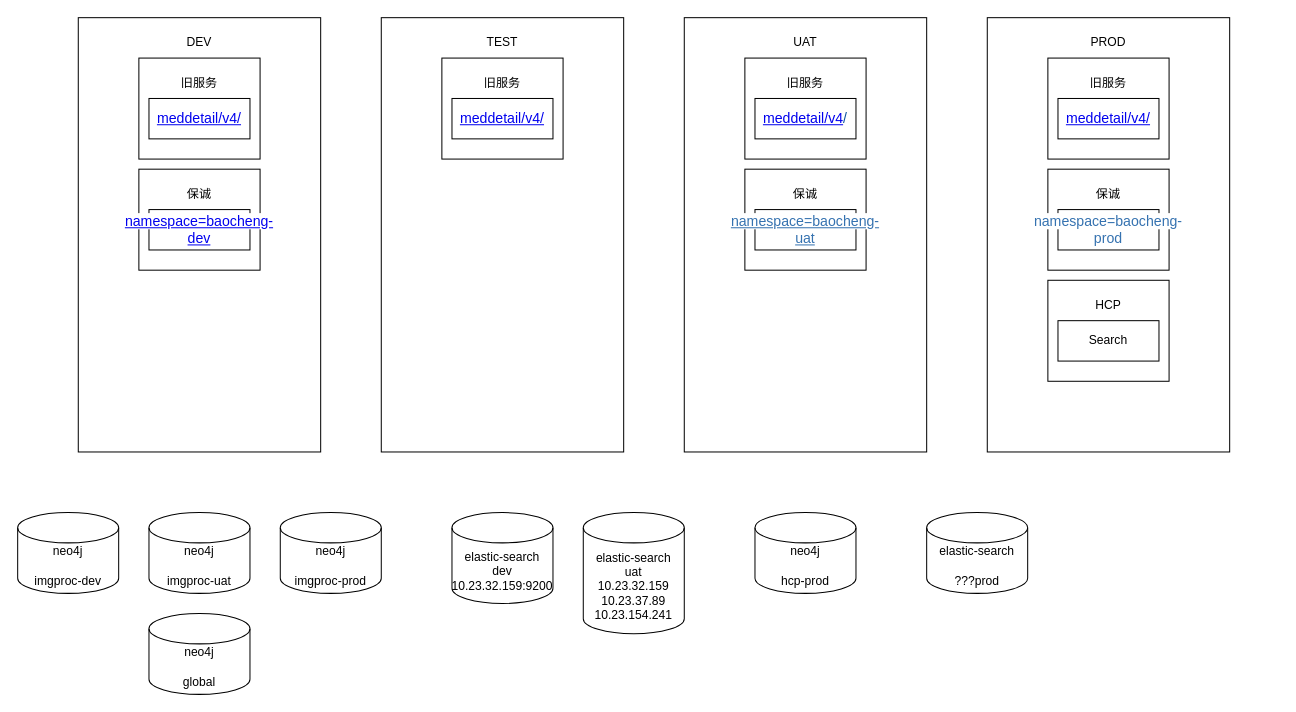
XiaoLiuAI/diagrams keeps this draw.io diagram as 对码/对码部署环境文档.drawio. Above is the earlier version. Source tidied: cells renumbered, new cells numbered last; positions are measured from the earlier drawing's top-left corner, leaving out a move shared by most shapes. Both pictures are drawn from the tidied source at 101%, with x=0, y=0 at pixel (17, 17).
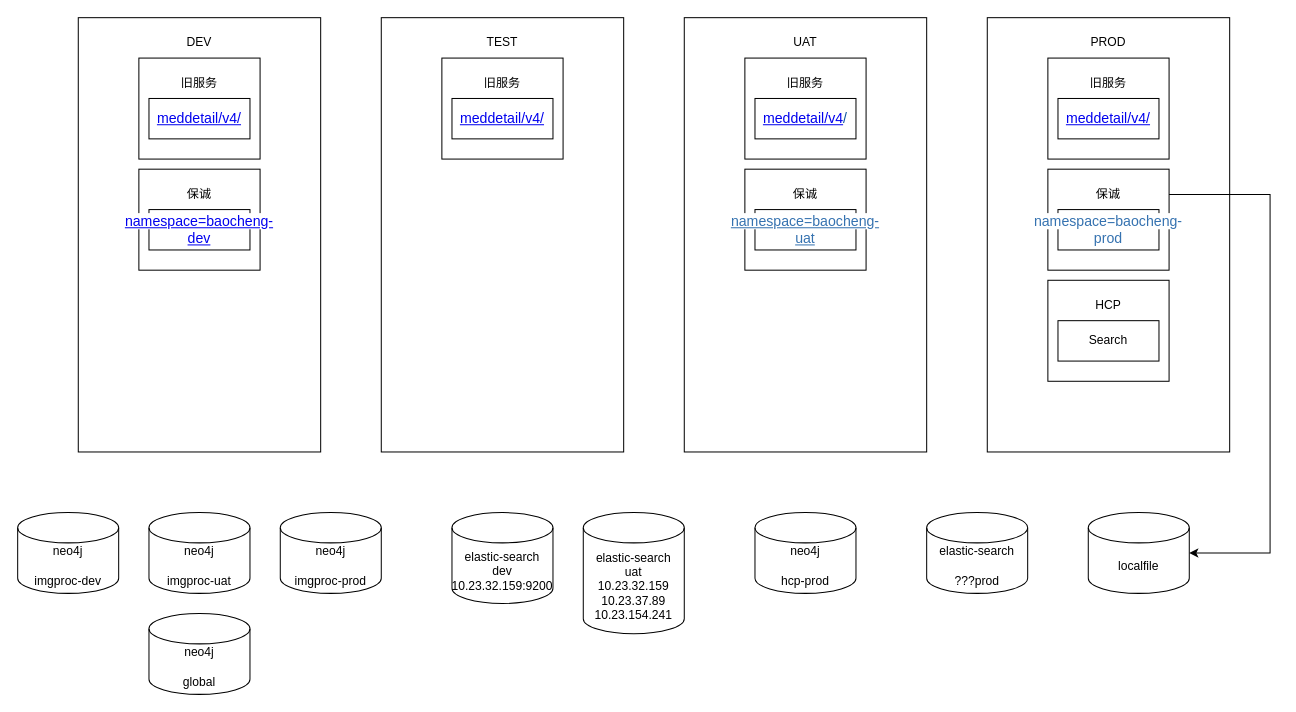
The same diagram, later.

Commit message:
更新对码部署环境文档.drawio

The change refers to these unchanged cells:
```xml
<mxCell id="33" style="rounded=0;whiteSpace=wrap;html=1;" parent="1" vertex="1">
  <mxGeometry x="1020" y="150" width="120" height="100" as="geometry" />
</mxCell>
```

What changed in the source:
```diff
@@
+    <mxCell id="42" value="localfile" style="shape=cylinder3;whiteSpace=wrap;html=1;boundedLbl=1;backgroundOutline=1;size=15;" parent="1" vertex="1">
+      <mxGeometry x="1060" y="490" width="100" height="80" as="geometry" />
+    </mxCell>
+    <mxCell id="43" style="edgeStyle=elbowEdgeStyle;elbow=horizontal;endArrow=classic;html=1;rounded=0;entryX=1;entryY=0.5;entryDx=0;entryDy=0;entryPerimeter=0;exitX=1;exitY=0.25;exitDx=0;exitDy=0;" parent="1" edge="1" source="33" target="42">
+      <mxGeometry relative="1" as="geometry">
+        <Array as="points">
+          <mxPoint x="1240" y="350" />
+        </Array>
+      </mxGeometry>
+    </mxCell>
```
